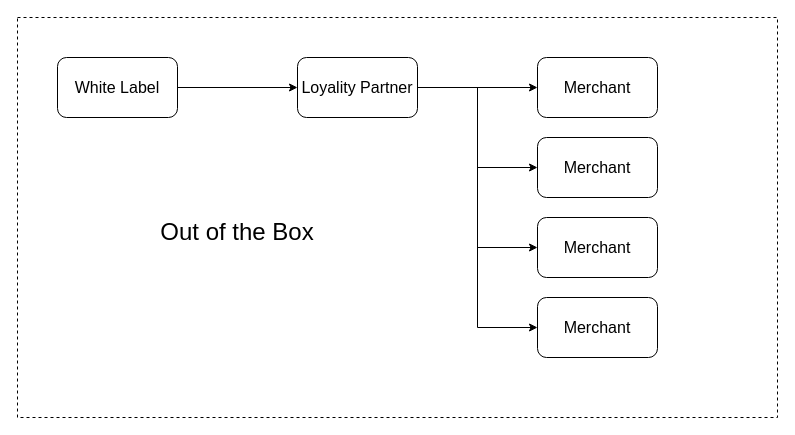
gulbitz/diagrams.net keeps this draw.io diagram as payelio/Payelio - Flow Diagram.drawio. Above is the earlier version. Source tidied: cells renumbered, new cells numbered last; positions are measured from the earlier drawing's top-left corner, leaving out a move shared by most shapes. Both pictures are drawn from the tidied source at 100%, with x=0, y=0 at pixel (17, 17).
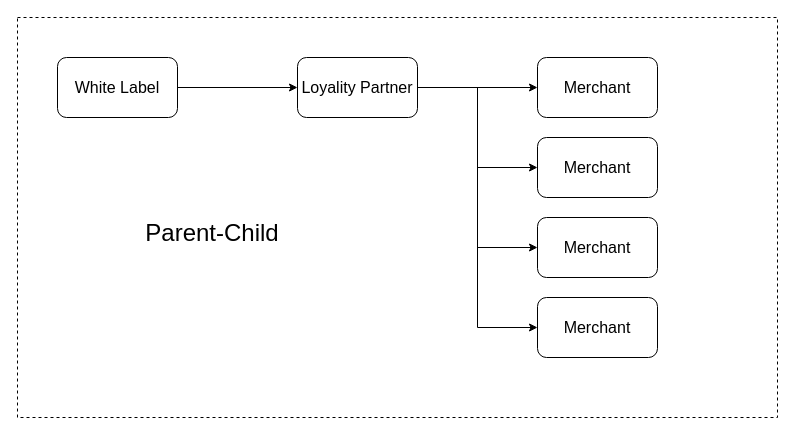
The same page after the edit.

The edit, as a diff of the source:
```diff
@@
 <mxGraphModel>
   <root>
     <mxCell id="0" />
     <mxCell id="1" parent="0" />
     <mxCell id="2" style="edgeStyle=orthogonalEdgeStyle;rounded=0;jettySize=auto;html=1;exitX=1;exitY=0.5;exitDx=0;exitDy=0;entryX=0;entryY=0.5;entryDx=0;entryDy=0;" parent="1" edge="1" source="3" target="8">
       <mxGeometry relative="1" as="geometry" />
     </mxCell>
     <mxCell id="3" value="&lt;font style=&quot;font-size: 16px;&quot;&gt;White Label&lt;/font&gt;" style="rounded=1;whiteSpace=wrap;html=1;" parent="1" vertex="1">
       <mxGeometry x="40" y="40" width="120" height="60" as="geometry" />
     </mxCell>
     <mxCell id="4" style="edgeStyle=orthogonalEdgeStyle;rounded=0;jettySize=auto;html=1;exitX=1;exitY=0.5;exitDx=0;exitDy=0;entryX=0;entryY=0.5;entryDx=0;entryDy=0;" parent="1" edge="1" source="8" target="9">
       <mxGeometry relative="1" as="geometry" />
     </mxCell>
     <mxCell id="5" style="edgeStyle=orthogonalEdgeStyle;rounded=0;jettySize=auto;html=1;exitX=1;exitY=0.5;exitDx=0;exitDy=0;entryX=0;entryY=0.5;entryDx=0;entryDy=0;" parent="1" edge="1" source="8" target="10">
       <mxGeometry relative="1" as="geometry" />
     </mxCell>
     <mxCell id="6" style="edgeStyle=orthogonalEdgeStyle;rounded=0;jettySize=auto;html=1;exitX=1;exitY=0.5;exitDx=0;exitDy=0;entryX=0;entryY=0.5;entryDx=0;entryDy=0;" parent="1" edge="1" source="8" target="11">
       <mxGeometry relative="1" as="geometry" />
     </mxCell>
     <mxCell id="7" style="edgeStyle=orthogonalEdgeStyle;rounded=0;jettySize=auto;html=1;exitX=1;exitY=0.5;exitDx=0;exitDy=0;entryX=0;entryY=0.5;entryDx=0;entryDy=0;" parent="1" edge="1" source="8" target="12">
       <mxGeometry relative="1" as="geometry" />
     </mxCell>
     <mxCell id="8" value="&lt;font style=&quot;font-size: 16px;&quot;&gt;Loyality Partner&lt;/font&gt;" style="rounded=1;whiteSpace=wrap;html=1;" parent="1" vertex="1">
       <mxGeometry x="280" y="40" width="120" height="60" as="geometry" />
     </mxCell>
     <mxCell id="9" value="&lt;font style=&quot;font-size: 16px;&quot;&gt;Merchant&lt;/font&gt;" style="rounded=1;whiteSpace=wrap;html=1;" parent="1" vertex="1">
       <mxGeometry x="520" y="40" width="120" height="60" as="geometry" />
     </mxCell>
     <mxCell id="10" value="&lt;font style=&quot;font-size: 16px;&quot;&gt;Merchant&lt;/font&gt;" style="rounded=1;whiteSpace=wrap;html=1;" parent="1" vertex="1">
       <mxGeometry x="520" y="120" width="120" height="60" as="geometry" />
     </mxCell>
     <mxCell id="11" value="&lt;font style=&quot;font-size: 16px;&quot;&gt;Merchant&lt;/font&gt;" style="rounded=1;whiteSpace=wrap;html=1;" parent="1" vertex="1">
       <mxGeometry x="520" y="200" width="120" height="60" as="geometry" />
     </mxCell>
     <mxCell id="12" value="&lt;font style=&quot;font-size: 16px;&quot;&gt;Merchant&lt;/font&gt;" style="rounded=1;whiteSpace=wrap;html=1;" parent="1" vertex="1">
       <mxGeometry x="520" y="280" width="120" height="60" as="geometry" />
     </mxCell>
     <mxCell id="13" style="rounded=0;whiteSpace=wrap;html=1;fillColor=none;dashed=1;" parent="1" vertex="1">
       <mxGeometry width="760" height="400" as="geometry" />
     </mxCell>
-    <mxCell id="14" value="&lt;font style=&quot;font-size: 24px;&quot;&gt;Out of the Box&lt;/font&gt;" style="text;html=1;strokeColor=none;fillColor=none;align=center;verticalAlign=middle;whiteSpace=wrap;rounded=0;" parent="1" vertex="1">
-      <mxGeometry x="140" y="200" width="160" height="30" as="geometry" />
+    <mxCell id="14" value="&lt;span style=&quot;font-size: 24px;&quot;&gt;Parent-Child&lt;/span&gt;" style="text;html=1;strokeColor=none;fillColor=none;align=center;verticalAlign=middle;whiteSpace=wrap;rounded=0;" parent="1" vertex="1">
+      <mxGeometry x="120" y="201" width="150" height="30" as="geometry" />
     </mxCell>
   </root>
 </mxGraphModel>
```
